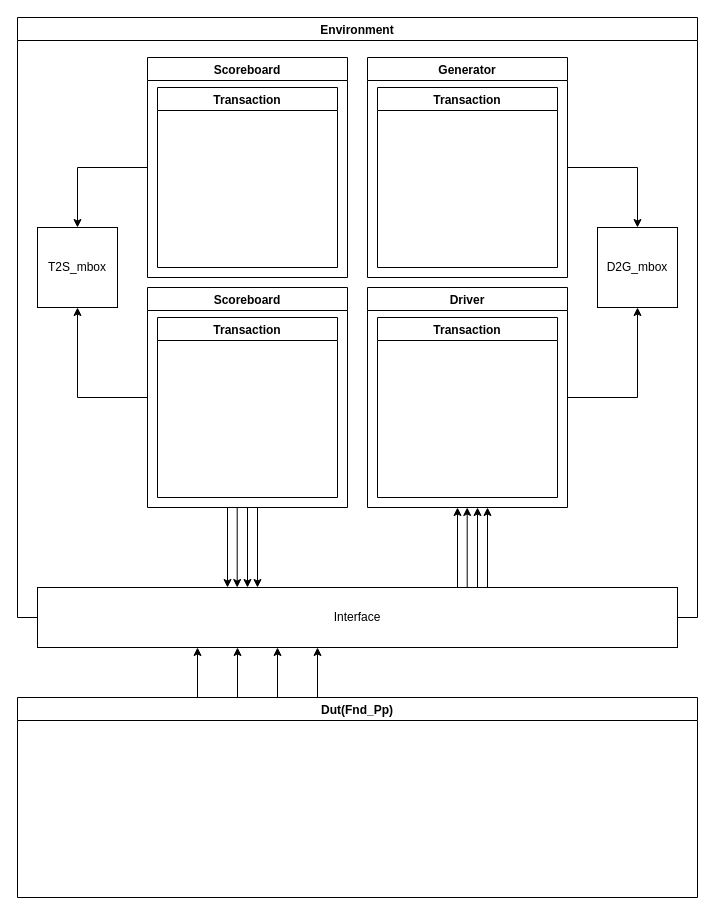
Above: system verilog verification construction.drawio in cong2738/my_RISC-V (draw.io), before the change. Source tidied: cells renumbered, new cells numbered last; positions are measured from the earlier drawing's top-left corner, leaving out a move shared by most shapes. Both pictures are drawn from the tidied source at 100%, with x=0, y=0 at pixel (17, 17).
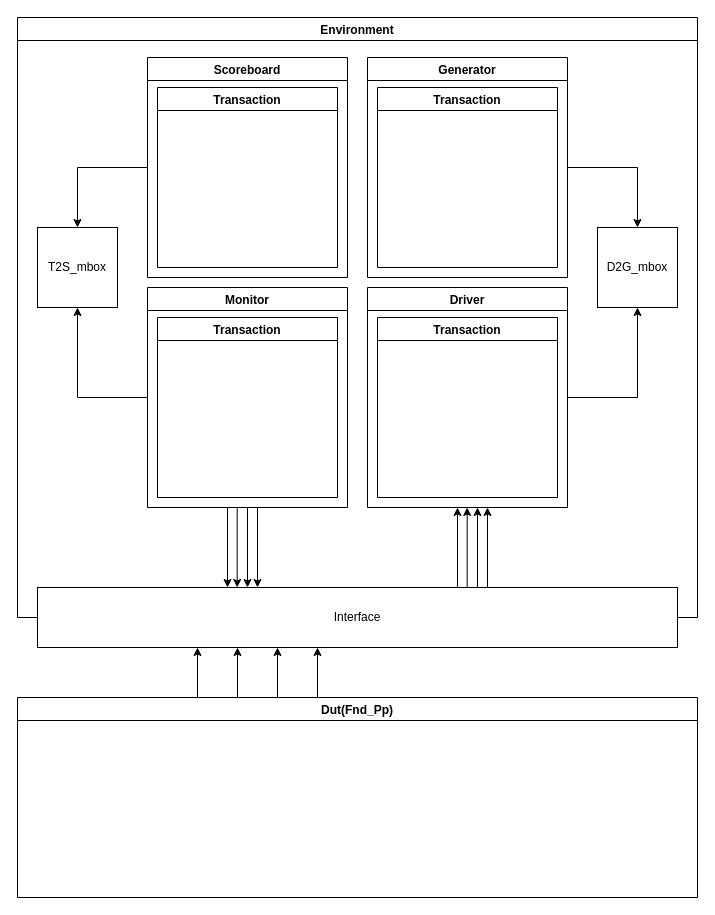
The same page after the edit.

Unchanged cells that the change refers to:
```xml
<mxCell id="2" value="Environment" style="swimlane;" parent="1" vertex="1">
  <mxGeometry width="680" height="600" as="geometry" />
</mxCell>
```

What changed in the source:
```diff
@@
-    <mxCell id="7" value="Scoreboard" style="swimlane;startSize=23;" parent="2" vertex="1">
+    <mxCell id="7" value="Monitor" style="swimlane;startSize=23;" parent="2" vertex="1">
       <mxGeometry x="130" y="270" width="200" height="220" as="geometry" />
     </mxCell>
```
